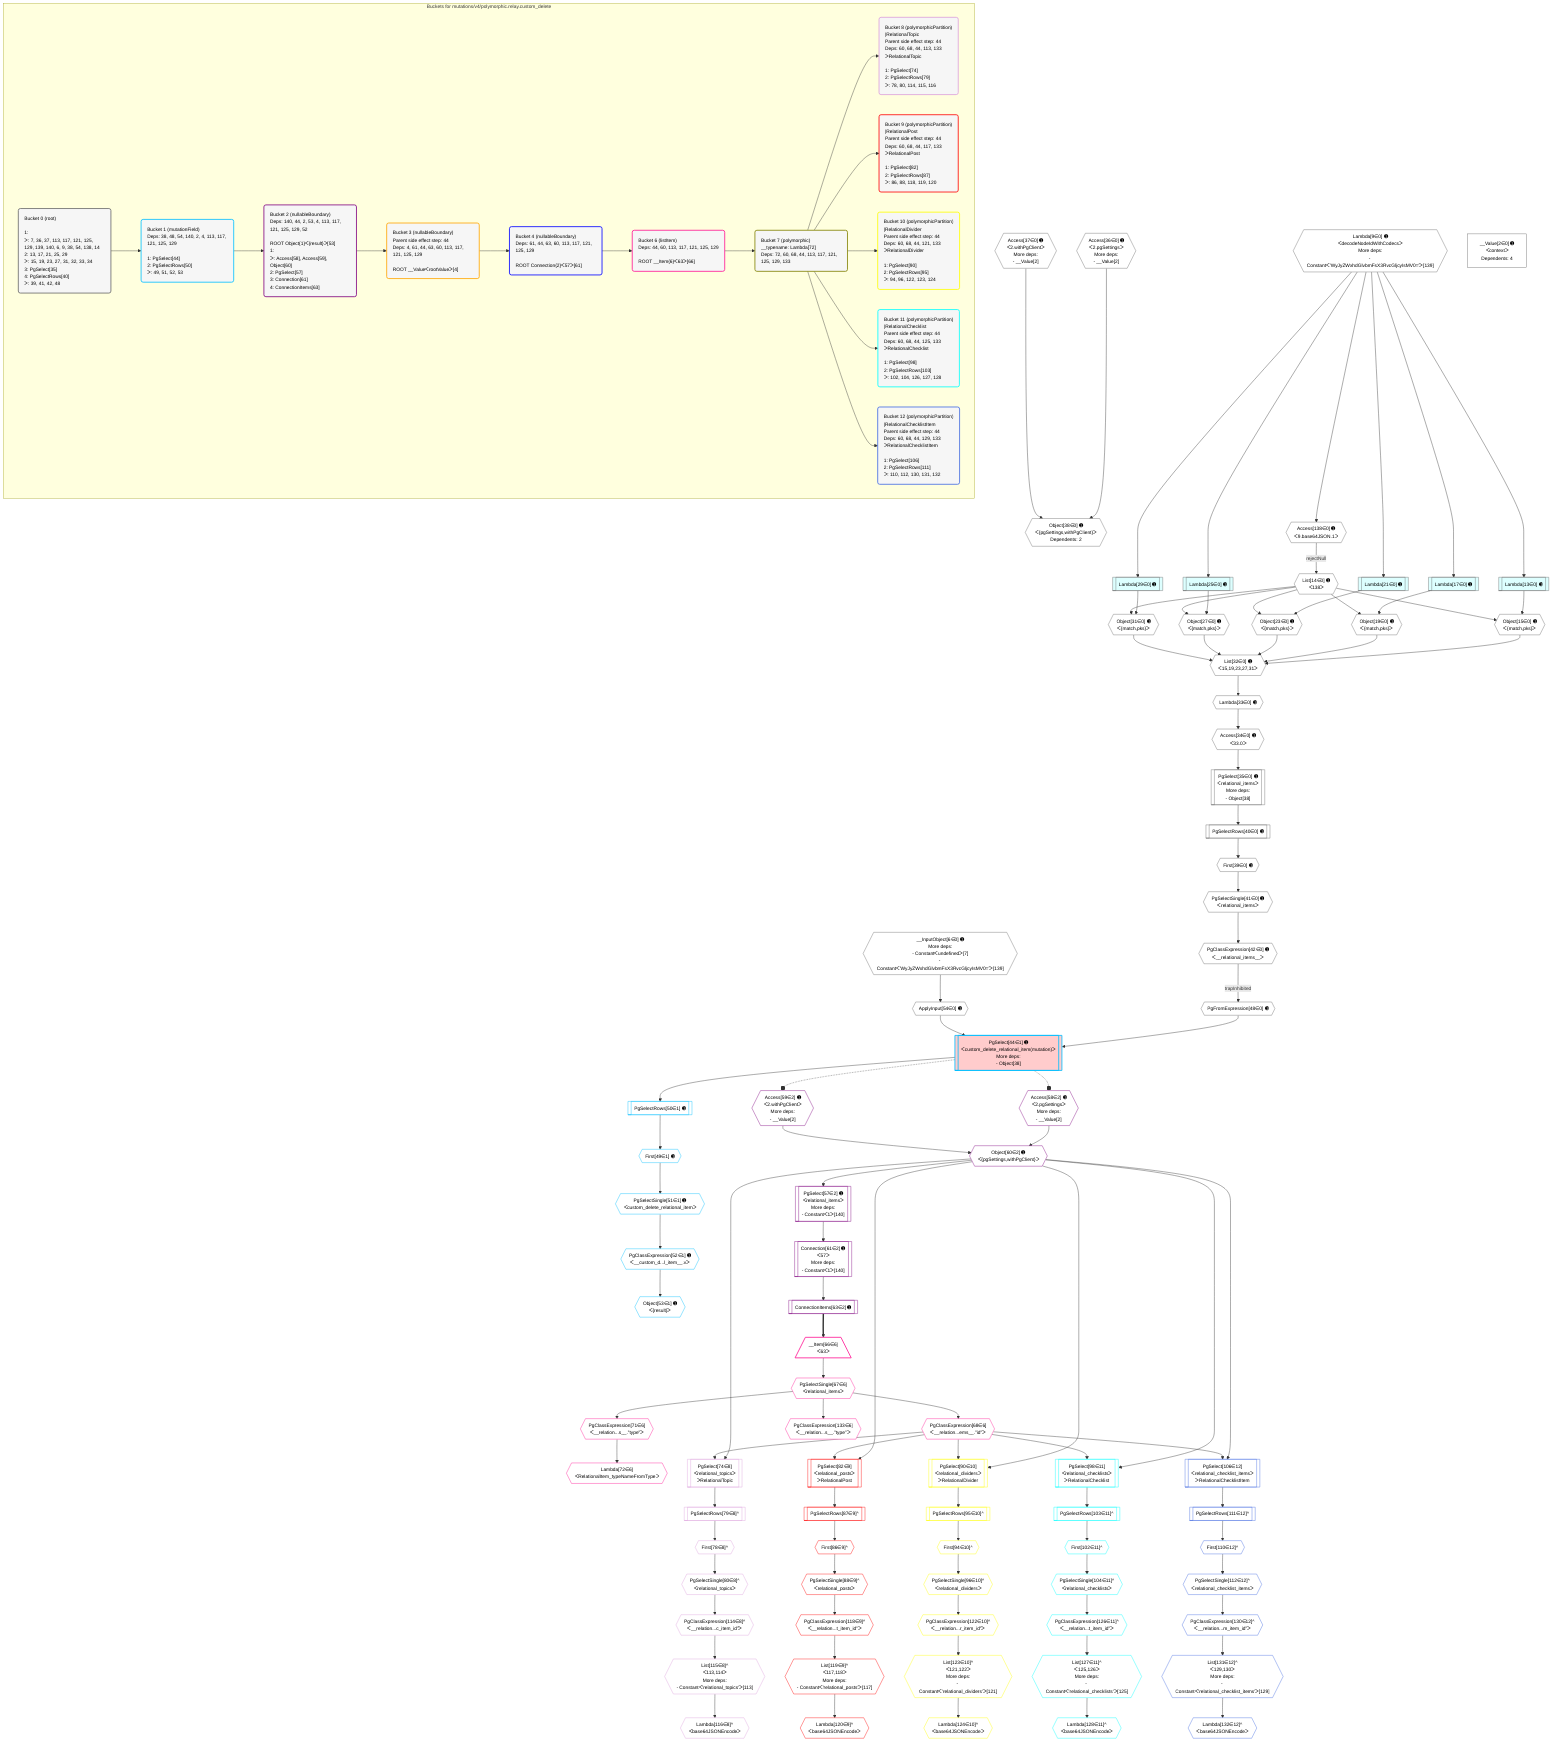
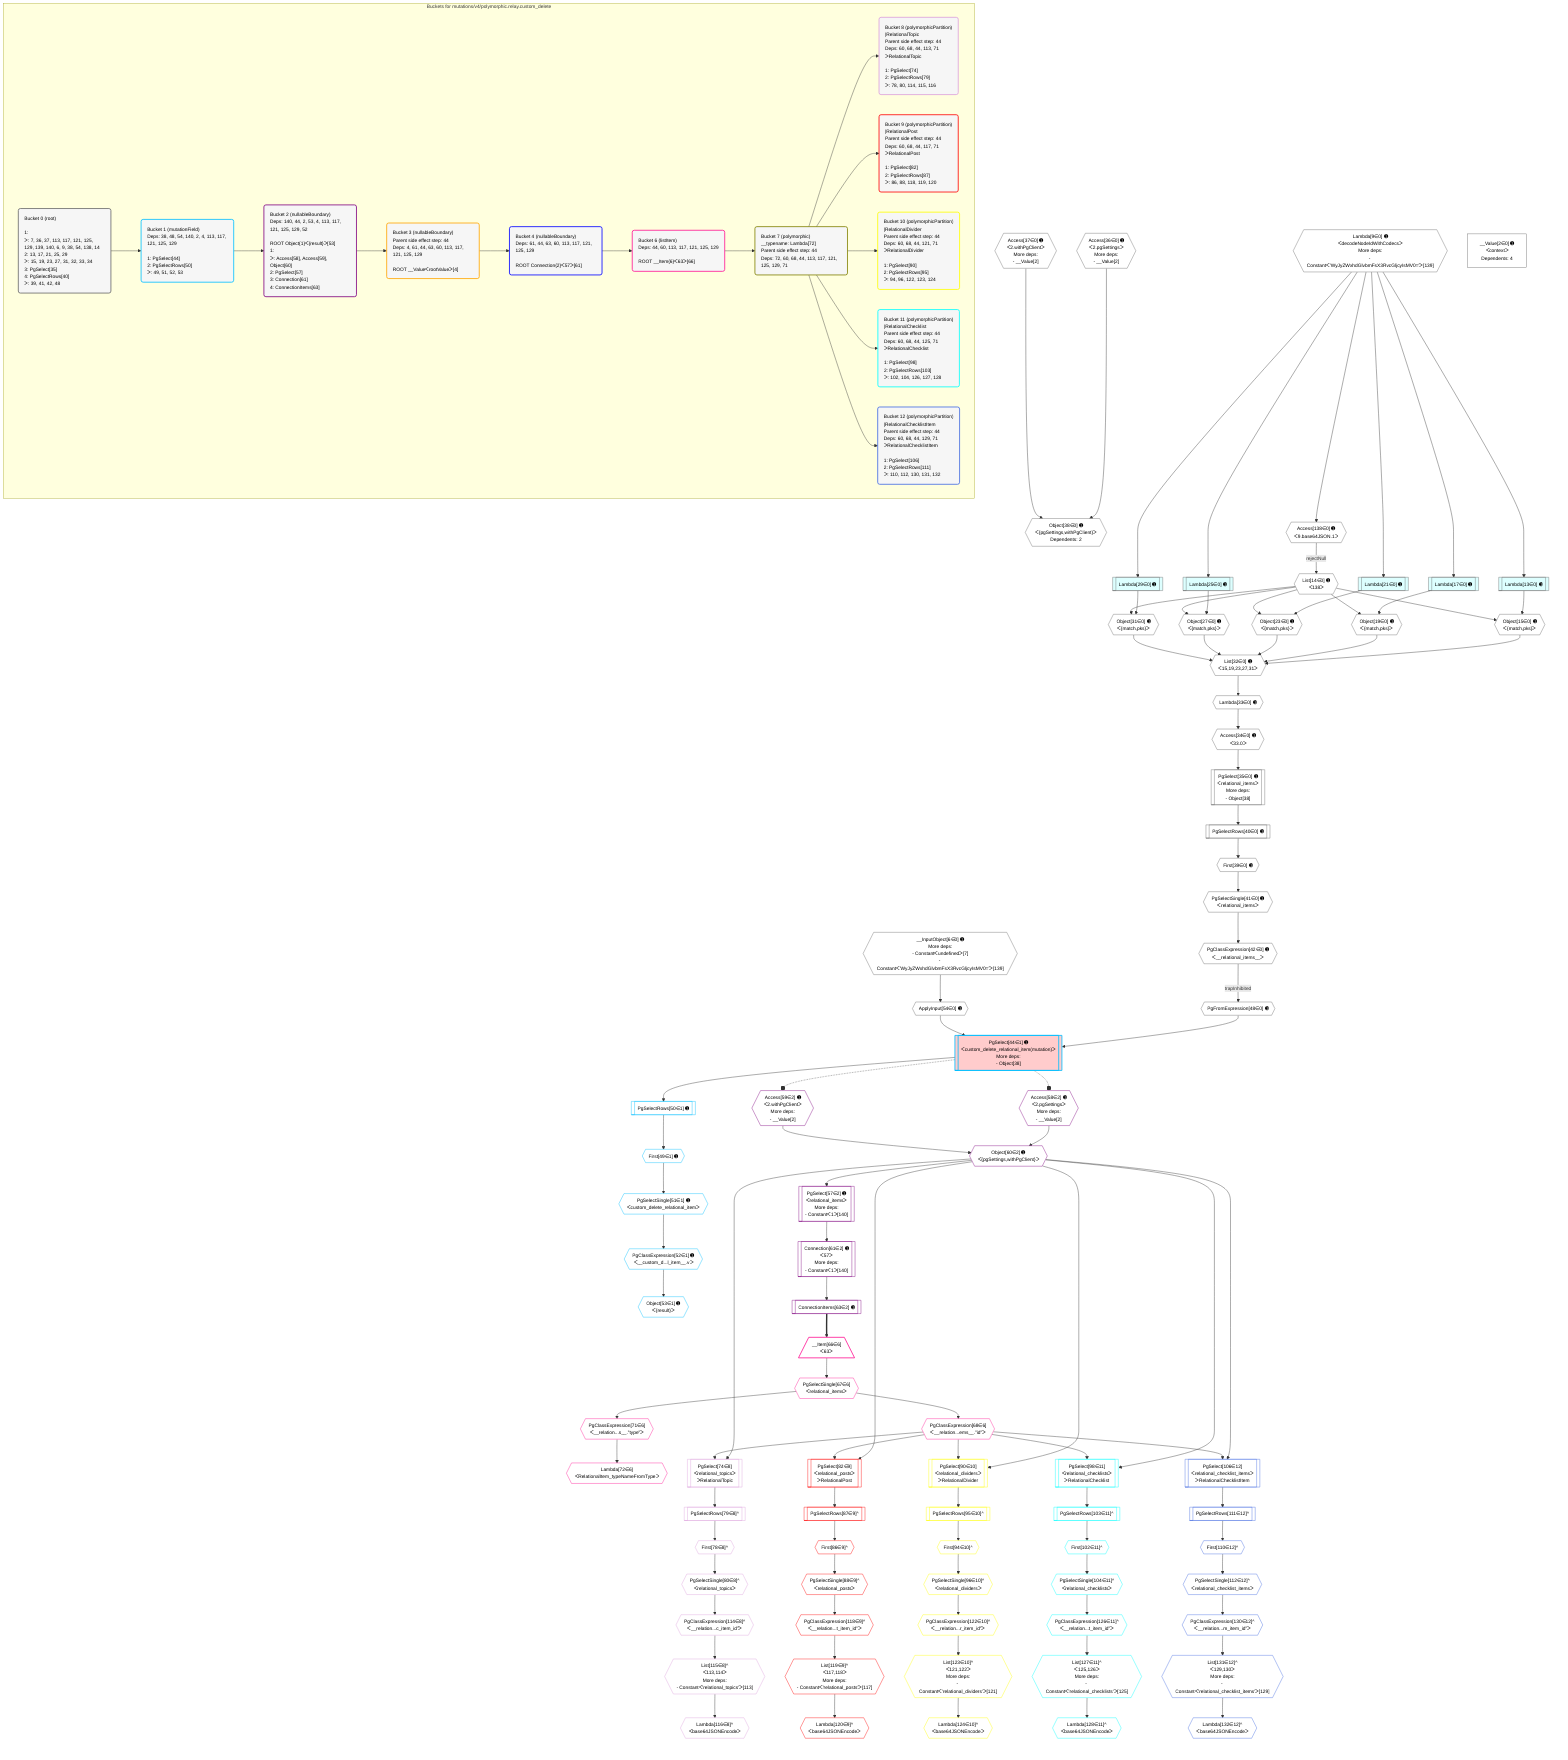
%%{init: {'themeVariables': { 'fontSize': '12px'}}}%%
graph TD
    classDef path fill:#eee,stroke:#000,color:#000
    classDef plan fill:#fff,stroke-width:1px,color:#000
    classDef itemplan fill:#fff,stroke-width:2px,color:#000
    classDef unbatchedplan fill:#dff,stroke-width:1px,color:#000
    classDef sideeffectplan fill:#fcc,stroke-width:2px,color:#000
    classDef bucket fill:#f6f6f6,color:#000,stroke-width:2px,text-align:left

    subgraph "Buckets for mutations/v4/polymorphic.relay.custom_delete"
    Bucket0("Bucket 0 (root)<br /><br />1: <br />ᐳ: 7, 36, 37, 113, 117, 121, 125, 129, 139, 140, 6, 9, 38, 54, 138, 14<br />2: 13, 17, 21, 25, 29<br />ᐳ: 15, 19, 23, 27, 31, 32, 33, 34<br />3: PgSelect[35]<br />4: PgSelectRows[40]<br />ᐳ: 39, 41, 42, 48"):::bucket
    Bucket1("Bucket 1 (mutationField)<br />Deps: 38, 48, 54, 140, 2, 4, 113, 117, 121, 125, 129<br /><br />1: PgSelect[44]<br />2: PgSelectRows[50]<br />ᐳ: 49, 51, 52, 53"):::bucket
    Bucket2("Bucket 2 (nullableBoundary)<br />Deps: 140, 44, 2, 53, 4, 113, 117, 121, 125, 129, 52<br /><br />ROOT Object{1}ᐸ{result}ᐳ[53]<br />1: <br />ᐳ: Access[58], Access[59], Object[60]<br />2: PgSelect[57]<br />3: Connection[61]<br />4: ConnectionItems[63]"):::bucket
    Bucket3("Bucket 3 (nullableBoundary)<br />Parent side effect step: 44<br />Deps: 4, 61, 44, 63, 60, 113, 117, 121, 125, 129<br /><br />ROOT __ValueᐸrootValueᐳ[4]"):::bucket
    Bucket4("Bucket 4 (nullableBoundary)<br />Deps: 61, 44, 63, 60, 113, 117, 121, 125, 129<br /><br />ROOT Connection{2}ᐸ57ᐳ[61]"):::bucket
    Bucket6("Bucket 6 (listItem)<br />Deps: 44, 60, 113, 117, 121, 125, 129<br /><br />ROOT __Item{6}ᐸ63ᐳ[66]"):::bucket
-     Bucket7("Bucket 7 (polymorphic)<br />__typename: Lambda[72]<br />Deps: 72, 60, 68, 44, 113, 117, 121, 125, 129, 133"):::bucket
-     Bucket8("Bucket 8 (polymorphicPartition)<br />|RelationalTopic<br />Parent side effect step: 44<br />Deps: 60, 68, 44, 113, 133<br />ᐳRelationalTopic<br /><br />1: PgSelect[74]<br />2: PgSelectRows[79]<br />ᐳ: 78, 80, 114, 115, 116"):::bucket
-     Bucket9("Bucket 9 (polymorphicPartition)<br />|RelationalPost<br />Parent side effect step: 44<br />Deps: 60, 68, 44, 117, 133<br />ᐳRelationalPost<br /><br />1: PgSelect[82]<br />2: PgSelectRows[87]<br />ᐳ: 86, 88, 118, 119, 120"):::bucket
-     Bucket10("Bucket 10 (polymorphicPartition)<br />|RelationalDivider<br />Parent side effect step: 44<br />Deps: 60, 68, 44, 121, 133<br />ᐳRelationalDivider<br /><br />1: PgSelect[90]<br />2: PgSelectRows[95]<br />ᐳ: 94, 96, 122, 123, 124"):::bucket
-     Bucket11("Bucket 11 (polymorphicPartition)<br />|RelationalChecklist<br />Parent side effect step: 44<br />Deps: 60, 68, 44, 125, 133<br />ᐳRelationalChecklist<br /><br />1: PgSelect[98]<br />2: PgSelectRows[103]<br />ᐳ: 102, 104, 126, 127, 128"):::bucket
-     Bucket12("Bucket 12 (polymorphicPartition)<br />|RelationalChecklistItem<br />Parent side effect step: 44<br />Deps: 60, 68, 44, 129, 133<br />ᐳRelationalChecklistItem<br /><br />1: PgSelect[106]<br />2: PgSelectRows[111]<br />ᐳ: 110, 112, 130, 131, 132"):::bucket
+     Bucket7("Bucket 7 (polymorphic)<br />__typename: Lambda[72]<br />Parent side effect step: 44<br />Deps: 72, 60, 68, 44, 113, 117, 121, 125, 129, 71"):::bucket
+     Bucket8("Bucket 8 (polymorphicPartition)<br />|RelationalTopic<br />Parent side effect step: 44<br />Deps: 60, 68, 44, 113, 71<br />ᐳRelationalTopic<br /><br />1: PgSelect[74]<br />2: PgSelectRows[79]<br />ᐳ: 78, 80, 114, 115, 116"):::bucket
+     Bucket9("Bucket 9 (polymorphicPartition)<br />|RelationalPost<br />Parent side effect step: 44<br />Deps: 60, 68, 44, 117, 71<br />ᐳRelationalPost<br /><br />1: PgSelect[82]<br />2: PgSelectRows[87]<br />ᐳ: 86, 88, 118, 119, 120"):::bucket
+     Bucket10("Bucket 10 (polymorphicPartition)<br />|RelationalDivider<br />Parent side effect step: 44<br />Deps: 60, 68, 44, 121, 71<br />ᐳRelationalDivider<br /><br />1: PgSelect[90]<br />2: PgSelectRows[95]<br />ᐳ: 94, 96, 122, 123, 124"):::bucket
+     Bucket11("Bucket 11 (polymorphicPartition)<br />|RelationalChecklist<br />Parent side effect step: 44<br />Deps: 60, 68, 44, 125, 71<br />ᐳRelationalChecklist<br /><br />1: PgSelect[98]<br />2: PgSelectRows[103]<br />ᐳ: 102, 104, 126, 127, 128"):::bucket
+     Bucket12("Bucket 12 (polymorphicPartition)<br />|RelationalChecklistItem<br />Parent side effect step: 44<br />Deps: 60, 68, 44, 129, 71<br />ᐳRelationalChecklistItem<br /><br />1: PgSelect[106]<br />2: PgSelectRows[111]<br />ᐳ: 110, 112, 130, 131, 132"):::bucket
    end
    Bucket0 --> Bucket1
    Bucket1 --> Bucket2
    Bucket2 --> Bucket3
    Bucket3 --> Bucket4
    Bucket4 --> Bucket6
    Bucket6 --> Bucket7
    Bucket7 --> Bucket8 & Bucket9 & Bucket10 & Bucket11 & Bucket12

    %% plan dependencies
    List32{{"List[32∈0] ➊<br />ᐸ15,19,23,27,31ᐳ"}}:::plan
    Object15{{"Object[15∈0] ➊<br />ᐸ{match,pks}ᐳ"}}:::plan
    Object19{{"Object[19∈0] ➊<br />ᐸ{match,pks}ᐳ"}}:::plan
    Object23{{"Object[23∈0] ➊<br />ᐸ{match,pks}ᐳ"}}:::plan
    Object27{{"Object[27∈0] ➊<br />ᐸ{match,pks}ᐳ"}}:::plan
    Object31{{"Object[31∈0] ➊<br />ᐸ{match,pks}ᐳ"}}:::plan
    Object15 & Object19 & Object23 & Object27 & Object31 --> List32
    __InputObject6{{"__InputObject[6∈0] ➊<br />More deps:<br />- Constantᐸundefinedᐳ[7]<br />- Constantᐸ'WyJyZWxhdGlvbmFsX3RvcGljcyIsMV0='ᐳ[139]"}}:::plan
    Lambda13[["Lambda[13∈0] ➊"]]:::unbatchedplan
    List14{{"List[14∈0] ➊<br />ᐸ138ᐳ"}}:::plan
    Lambda13 & List14 --> Object15
    Lambda17[["Lambda[17∈0] ➊"]]:::unbatchedplan
    Lambda17 & List14 --> Object19
    Lambda21[["Lambda[21∈0] ➊"]]:::unbatchedplan
    Lambda21 & List14 --> Object23
    Lambda25[["Lambda[25∈0] ➊"]]:::unbatchedplan
    Lambda25 & List14 --> Object27
    Lambda29[["Lambda[29∈0] ➊"]]:::unbatchedplan
    Lambda29 & List14 --> Object31
    PgSelect35[["PgSelect[35∈0] ➊<br />ᐸrelational_itemsᐳ<br />More deps:<br />- Object[38]"]]:::plan
    Access34{{"Access[34∈0] ➊<br />ᐸ33.0ᐳ"}}:::plan
    Access34 --> PgSelect35
    Object38{{"Object[38∈0] ➊<br />ᐸ{pgSettings,withPgClient}ᐳ<br />Dependents: 2"}}:::plan
    Access36{{"Access[36∈0] ➊<br />ᐸ2.pgSettingsᐳ<br />More deps:<br />- __Value[2]"}}:::plan
    Access37{{"Access[37∈0] ➊<br />ᐸ2.withPgClientᐳ<br />More deps:<br />- __Value[2]"}}:::plan
    Access36 & Access37 --> Object38
    Lambda9{{"Lambda[9∈0] ➊<br />ᐸdecodeNodeIdWithCodecsᐳ<br />More deps:<br />- Constantᐸ'WyJyZWxhdGlvbmFsX3RvcGljcyIsMV0='ᐳ[139]"}}:::plan
    Lambda9 --> Lambda13
    Access138{{"Access[138∈0] ➊<br />ᐸ9.base64JSON.1ᐳ"}}:::plan
    Access138 -->|rejectNull| List14
    Lambda9 --> Lambda17
    Lambda9 --> Lambda21
    Lambda9 --> Lambda25
    Lambda9 --> Lambda29
    Lambda33{{"Lambda[33∈0] ➊"}}:::plan
    List32 --> Lambda33
    Lambda33 --> Access34
    First39{{"First[39∈0] ➊"}}:::plan
    PgSelectRows40[["PgSelectRows[40∈0] ➊"]]:::plan
    PgSelectRows40 --> First39
    PgSelect35 --> PgSelectRows40
    PgSelectSingle41{{"PgSelectSingle[41∈0] ➊<br />ᐸrelational_itemsᐳ"}}:::plan
    First39 --> PgSelectSingle41
    PgClassExpression42{{"PgClassExpression[42∈0] ➊<br />ᐸ__relational_items__ᐳ"}}:::plan
    PgSelectSingle41 --> PgClassExpression42
    PgFromExpression48{{"PgFromExpression[48∈0] ➊"}}:::plan
    PgClassExpression42 -->|trapInhibited| PgFromExpression48
    ApplyInput54{{"ApplyInput[54∈0] ➊"}}:::plan
    __InputObject6 --> ApplyInput54
    Lambda9 --> Access138
    __Value2["__Value[2∈0] ➊<br />ᐸcontextᐳ<br />Dependents: 4"]:::plan
    PgSelect44[["PgSelect[44∈1] ➊<br />ᐸcustom_delete_relational_item(mutation)ᐳ<br />More deps:<br />- Object[38]"]]:::sideeffectplan
    PgFromExpression48 & ApplyInput54 --> PgSelect44
    First49{{"First[49∈1] ➊"}}:::plan
    PgSelectRows50[["PgSelectRows[50∈1] ➊"]]:::plan
    PgSelectRows50 --> First49
    PgSelect44 --> PgSelectRows50
    PgSelectSingle51{{"PgSelectSingle[51∈1] ➊<br />ᐸcustom_delete_relational_itemᐳ"}}:::plan
    First49 --> PgSelectSingle51
    PgClassExpression52{{"PgClassExpression[52∈1] ➊<br />ᐸ__custom_d...l_item__.vᐳ"}}:::plan
    PgSelectSingle51 --> PgClassExpression52
    Object53{{"Object[53∈1] ➊<br />ᐸ{result}ᐳ"}}:::plan
    PgClassExpression52 --> Object53
    PgSelect57[["PgSelect[57∈2] ➊<br />ᐸrelational_itemsᐳ<br />More deps:<br />- Constantᐸ1ᐳ[140]"]]:::plan
    Object60{{"Object[60∈2] ➊<br />ᐸ{pgSettings,withPgClient}ᐳ"}}:::plan
    Object60 --> PgSelect57
    Access58{{"Access[58∈2] ➊<br />ᐸ2.pgSettingsᐳ<br />More deps:<br />- __Value[2]"}}:::plan
    Access59{{"Access[59∈2] ➊<br />ᐸ2.withPgClientᐳ<br />More deps:<br />- __Value[2]"}}:::plan
    Access58 & Access59 --> Object60
    Connection61[["Connection[61∈2] ➊<br />ᐸ57ᐳ<br />More deps:<br />- Constantᐸ1ᐳ[140]"]]:::plan
    PgSelect57 --> Connection61
    ConnectionItems63[["ConnectionItems[63∈2] ➊"]]:::plan
    Connection61 --> ConnectionItems63
    __Item66[/"__Item[66∈6]<br />ᐸ63ᐳ"\]:::itemplan
    ConnectionItems63 ==> __Item66
    PgSelectSingle67{{"PgSelectSingle[67∈6]<br />ᐸrelational_itemsᐳ"}}:::plan
    __Item66 --> PgSelectSingle67
    PgClassExpression68{{"PgClassExpression[68∈6]<br />ᐸ__relation...ems__.”id”ᐳ"}}:::plan
    PgSelectSingle67 --> PgClassExpression68
    PgClassExpression71{{"PgClassExpression[71∈6]<br />ᐸ__relation...s__.”type”ᐳ"}}:::plan
    PgSelectSingle67 --> PgClassExpression71
    Lambda72{{"Lambda[72∈6]<br />ᐸRelationalItem_typeNameFromTypeᐳ"}}:::plan
    PgClassExpression71 --> Lambda72
-     PgClassExpression133{{"PgClassExpression[133∈6]<br />ᐸ__relation...s__.”type”ᐳ"}}:::plan
-     PgSelectSingle67 --> PgClassExpression133
    PgSelect74[["PgSelect[74∈8]<br />ᐸrelational_topicsᐳ<br />ᐳRelationalTopic"]]:::plan
    Object60 & PgClassExpression68 --> PgSelect74
    List115{{"List[115∈8]^<br />ᐸ113,114ᐳ<br />More deps:<br />- Constantᐸ'relational_topics'ᐳ[113]"}}:::plan
    PgClassExpression114{{"PgClassExpression[114∈8]^<br />ᐸ__relation...c_item_id”ᐳ"}}:::plan
    PgClassExpression114 --> List115
    First78{{"First[78∈8]^"}}:::plan
    PgSelectRows79[["PgSelectRows[79∈8]^"]]:::plan
    PgSelectRows79 --> First78
    PgSelect74 --> PgSelectRows79
    PgSelectSingle80{{"PgSelectSingle[80∈8]^<br />ᐸrelational_topicsᐳ"}}:::plan
    First78 --> PgSelectSingle80
    PgSelectSingle80 --> PgClassExpression114
    Lambda116{{"Lambda[116∈8]^<br />ᐸbase64JSONEncodeᐳ"}}:::plan
    List115 --> Lambda116
    PgSelect82[["PgSelect[82∈9]<br />ᐸrelational_postsᐳ<br />ᐳRelationalPost"]]:::plan
    Object60 & PgClassExpression68 --> PgSelect82
    List119{{"List[119∈9]^<br />ᐸ117,118ᐳ<br />More deps:<br />- Constantᐸ'relational_posts'ᐳ[117]"}}:::plan
    PgClassExpression118{{"PgClassExpression[118∈9]^<br />ᐸ__relation...t_item_id”ᐳ"}}:::plan
    PgClassExpression118 --> List119
    First86{{"First[86∈9]^"}}:::plan
    PgSelectRows87[["PgSelectRows[87∈9]^"]]:::plan
    PgSelectRows87 --> First86
    PgSelect82 --> PgSelectRows87
    PgSelectSingle88{{"PgSelectSingle[88∈9]^<br />ᐸrelational_postsᐳ"}}:::plan
    First86 --> PgSelectSingle88
    PgSelectSingle88 --> PgClassExpression118
    Lambda120{{"Lambda[120∈9]^<br />ᐸbase64JSONEncodeᐳ"}}:::plan
    List119 --> Lambda120
    PgSelect90[["PgSelect[90∈10]<br />ᐸrelational_dividersᐳ<br />ᐳRelationalDivider"]]:::plan
    Object60 & PgClassExpression68 --> PgSelect90
    List123{{"List[123∈10]^<br />ᐸ121,122ᐳ<br />More deps:<br />- Constantᐸ'relational_dividers'ᐳ[121]"}}:::plan
    PgClassExpression122{{"PgClassExpression[122∈10]^<br />ᐸ__relation...r_item_id”ᐳ"}}:::plan
    PgClassExpression122 --> List123
    First94{{"First[94∈10]^"}}:::plan
    PgSelectRows95[["PgSelectRows[95∈10]^"]]:::plan
    PgSelectRows95 --> First94
    PgSelect90 --> PgSelectRows95
    PgSelectSingle96{{"PgSelectSingle[96∈10]^<br />ᐸrelational_dividersᐳ"}}:::plan
    First94 --> PgSelectSingle96
    PgSelectSingle96 --> PgClassExpression122
    Lambda124{{"Lambda[124∈10]^<br />ᐸbase64JSONEncodeᐳ"}}:::plan
    List123 --> Lambda124
    PgSelect98[["PgSelect[98∈11]<br />ᐸrelational_checklistsᐳ<br />ᐳRelationalChecklist"]]:::plan
    Object60 & PgClassExpression68 --> PgSelect98
    List127{{"List[127∈11]^<br />ᐸ125,126ᐳ<br />More deps:<br />- Constantᐸ'relational_checklists'ᐳ[125]"}}:::plan
    PgClassExpression126{{"PgClassExpression[126∈11]^<br />ᐸ__relation...t_item_id”ᐳ"}}:::plan
    PgClassExpression126 --> List127
    First102{{"First[102∈11]^"}}:::plan
    PgSelectRows103[["PgSelectRows[103∈11]^"]]:::plan
    PgSelectRows103 --> First102
    PgSelect98 --> PgSelectRows103
    PgSelectSingle104{{"PgSelectSingle[104∈11]^<br />ᐸrelational_checklistsᐳ"}}:::plan
    First102 --> PgSelectSingle104
    PgSelectSingle104 --> PgClassExpression126
    Lambda128{{"Lambda[128∈11]^<br />ᐸbase64JSONEncodeᐳ"}}:::plan
    List127 --> Lambda128
    PgSelect106[["PgSelect[106∈12]<br />ᐸrelational_checklist_itemsᐳ<br />ᐳRelationalChecklistItem"]]:::plan
    Object60 & PgClassExpression68 --> PgSelect106
    List131{{"List[131∈12]^<br />ᐸ129,130ᐳ<br />More deps:<br />- Constantᐸ'relational_checklist_items'ᐳ[129]"}}:::plan
    PgClassExpression130{{"PgClassExpression[130∈12]^<br />ᐸ__relation...m_item_id”ᐳ"}}:::plan
    PgClassExpression130 --> List131
    First110{{"First[110∈12]^"}}:::plan
    PgSelectRows111[["PgSelectRows[111∈12]^"]]:::plan
    PgSelectRows111 --> First110
    PgSelect106 --> PgSelectRows111
    PgSelectSingle112{{"PgSelectSingle[112∈12]^<br />ᐸrelational_checklist_itemsᐳ"}}:::plan
    First110 --> PgSelectSingle112
    PgSelectSingle112 --> PgClassExpression130
    Lambda132{{"Lambda[132∈12]^<br />ᐸbase64JSONEncodeᐳ"}}:::plan
    List131 --> Lambda132

    %% define steps
    classDef bucket0 stroke:#696969
    class Bucket0,__Value2,__InputObject6,Lambda9,Lambda13,List14,Object15,Lambda17,Object19,Lambda21,Object23,Lambda25,Object27,Lambda29,Object31,List32,Lambda33,Access34,PgSelect35,Access36,Access37,Object38,First39,PgSelectRows40,PgSelectSingle41,PgClassExpression42,PgFromExpression48,ApplyInput54,Access138 bucket0
    classDef bucket1 stroke:#00bfff
    class Bucket1,PgSelect44,First49,PgSelectRows50,PgSelectSingle51,PgClassExpression52,Object53 bucket1
    classDef bucket2 stroke:#7f007f
    class Bucket2,PgSelect57,Access58,Access59,Object60,Connection61,ConnectionItems63 bucket2
    classDef bucket3 stroke:#ffa500
    class Bucket3 bucket3
    classDef bucket4 stroke:#0000ff
    class Bucket4 bucket4
    classDef bucket6 stroke:#ff1493
-     class Bucket6,__Item66,PgSelectSingle67,PgClassExpression68,PgClassExpression71,Lambda72,PgClassExpression133 bucket6
+     class Bucket6,__Item66,PgSelectSingle67,PgClassExpression68,PgClassExpression71,Lambda72 bucket6
    classDef bucket7 stroke:#808000
    class Bucket7 bucket7
    classDef bucket8 stroke:#dda0dd
    class Bucket8,PgSelect74,First78,PgSelectRows79,PgSelectSingle80,PgClassExpression114,List115,Lambda116 bucket8
    classDef bucket9 stroke:#ff0000
    class Bucket9,PgSelect82,First86,PgSelectRows87,PgSelectSingle88,PgClassExpression118,List119,Lambda120 bucket9
    classDef bucket10 stroke:#ffff00
    class Bucket10,PgSelect90,First94,PgSelectRows95,PgSelectSingle96,PgClassExpression122,List123,Lambda124 bucket10
    classDef bucket11 stroke:#00ffff
    class Bucket11,PgSelect98,First102,PgSelectRows103,PgSelectSingle104,PgClassExpression126,List127,Lambda128 bucket11
    classDef bucket12 stroke:#4169e1
    class Bucket12,PgSelect106,First110,PgSelectRows111,PgSelectSingle112,PgClassExpression130,List131,Lambda132 bucket12

    %% implicit side effects
    PgSelect44 -.-o Access58
    PgSelect44 -.-o Access59

